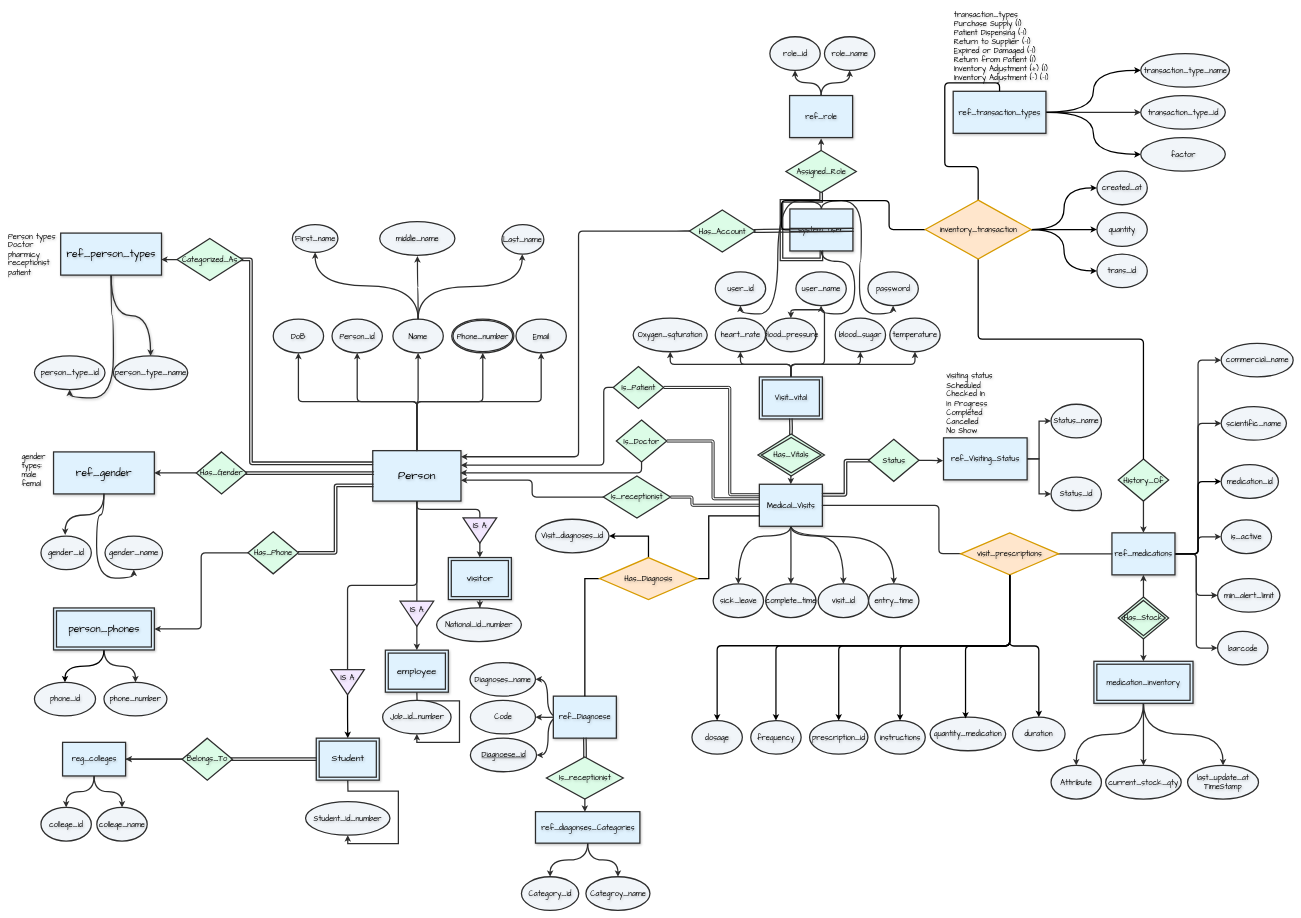
abdulrahmanfarhan/UMCS keeps this draw.io diagram as UMSC.drawio. Above is the earlier version. Source tidied: cells renumbered, new cells numbered last; positions are measured from the earlier drawing's top-left corner, leaving out a move shared by most shapes. Both pictures are drawn from the tidied source at 42%, with x=0, y=0 at pixel (7, 7).
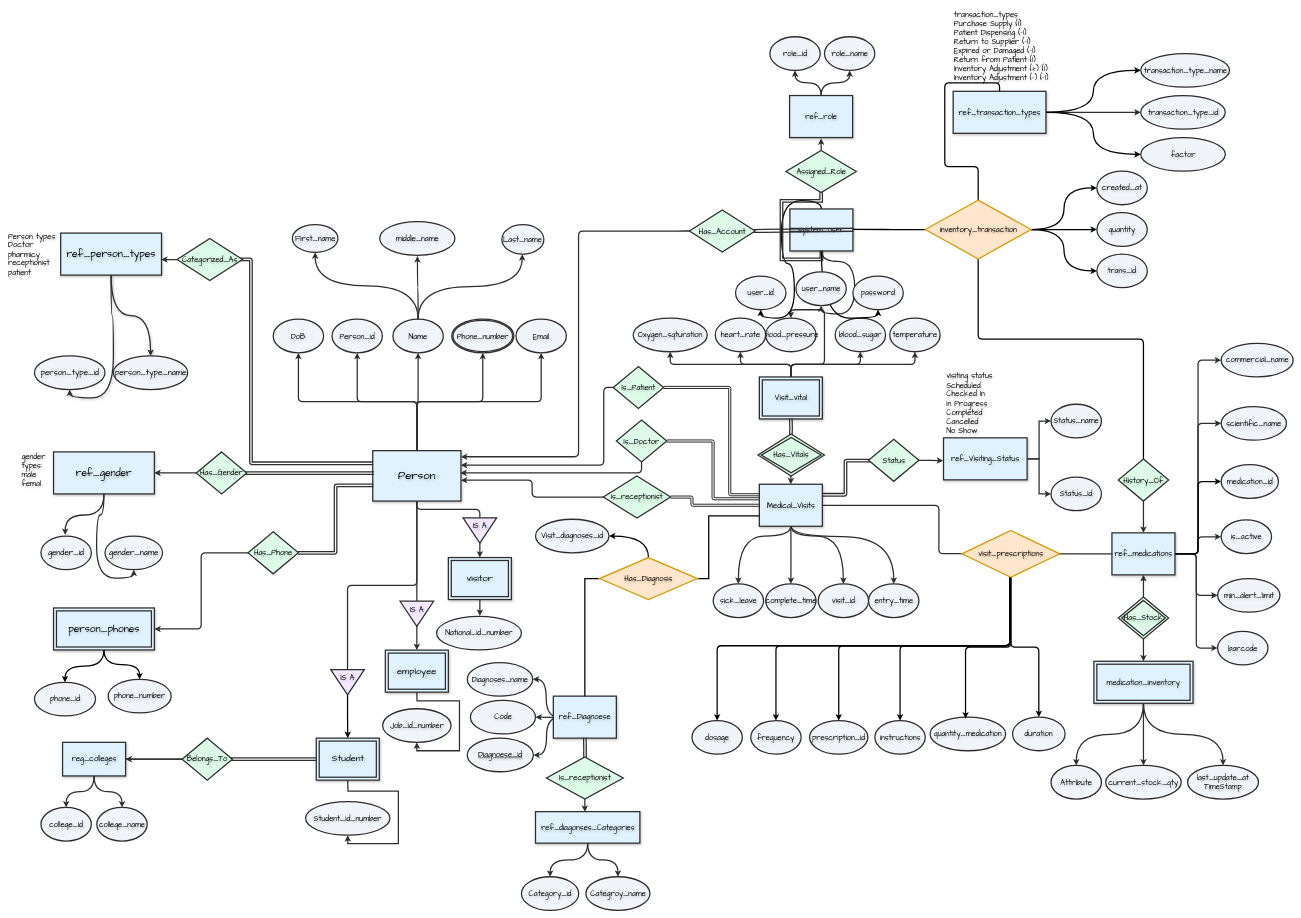
After the change.

Unchanged cells that the change refers to:
```xml
<mxCell id="21" value="Visit_diagnoses_id" style="ellipse;align=center;fontSize=18;fillColor=#F1F5F9;strokeColor=#2E2E2E;strokeWidth=3;fontStyle=0;fontColor=light-dark(#000000,#EDEDED);labelBackgroundColor=none;labelBorderColor=none;textShadow=1;whiteSpace=wrap;spacingTop=0;snapToPoint=0;linecap=round;shadow=0;fontFamily=Comic Sans MS;" parent="1" vertex="1">
  <mxGeometry x="1257.5" y="1218.8" width="175" height="80" as="geometry" />
</mxCell>
<mxCell id="112" value="system_user" style="align=center;strokeWidth=3;perimeterSpacing=0;flipV=1;flipH=1;fillColor=#E0F2FE;strokeColor=#2E2E2E;textShadow=1;spacingTop=0;snapToPoint=0;linecap=round;shadow=1;fillStyle=auto;whiteSpace=wrap;fontSize=18;fontStyle=0;fontColor=#000000;rounded=0;glass=0;fontFamily=Comic Sans MS;" parent="1" vertex="1">
  <mxGeometry x="1863.2" y="480" width="150" height="100" as="geometry" />
</mxCell>
<mxCell id="114" value="user_name" style="ellipse;strokeWidth=3;flipV=1;flipH=1;fontSize=18;fillColor=#F1F5F9;strokeColor=#2E2E2E;fontStyle=0;align=center;fontColor=light-dark(#000000,#EDEDED);labelBackgroundColor=none;labelBorderColor=none;textShadow=1;whiteSpace=wrap;spacingTop=0;snapToPoint=0;linecap=round;shadow=0;fontFamily=Comic Sans MS;" parent="1" vertex="1">
  <mxGeometry x="1877.5" y="630" width="120" height="80" as="geometry" />
</mxCell>
<mxCell id="140" value="person_phones" style="shape=ext;margin=3;double=1;align=center;fontSize=24;fontStyle=0;fillColor=#E0F2FE;strokeColor=#2E2E2E;strokeWidth=3;fontColor=#000000;labelBackgroundColor=none;labelBorderColor=none;textShadow=1;whiteSpace=wrap;spacingTop=0;snapToPoint=0;linecap=round;shadow=1;rounded=0;glass=0;fontFamily=Comic Sans MS;" parent="1" vertex="1">
  <mxGeometry x="110" y="1430" width="240" height="100" as="geometry" />
</mxCell>
<mxCell id="205" value="Has_Diagnosis" style="rhombus;strokeWidth=3;fontSize=18;fontStyle=0;align=center;labelBackgroundColor=none;labelBorderColor=none;textShadow=1;whiteSpace=wrap;spacingTop=0;snapToPoint=0;linecap=round;fillColor=#ffe6cc;strokeColor=#d79b00;shadow=0;fontFamily=Comic Sans MS;" parent="1" vertex="1">
  <mxGeometry x="1410" y="1310" width="233" height="100" as="geometry" />
</mxCell>
<mxCell id="212" value="inventory_transaction" style="rhombus;strokeWidth=3;fontSize=18;fontStyle=0;align=center;labelBackgroundColor=none;labelBorderColor=none;textShadow=1;whiteSpace=wrap;spacingTop=0;snapToPoint=0;linecap=round;fillColor=#ffe6cc;strokeColor=#d79b00;shadow=0;fontFamily=Comic Sans MS;" parent="1" vertex="1">
  <mxGeometry x="2185.5" y="459" width="252" height="140" as="geometry" />
</mxCell>
```

What changed in the source:
```diff
@@
     <mxCell id="11" value="Diagnoese_id" style="ellipse;align=center;fontStyle=4;fontSize=18;fillColor=#F1F5F9;strokeColor=#2E2E2E;strokeWidth=3;fontColor=light-dark(#000000,#EDEDED);labelBackgroundColor=none;labelBorderColor=none;textShadow=1;whiteSpace=wrap;spacingTop=0;snapToPoint=0;linecap=round;shadow=0;fontFamily=Comic Sans MS;" parent="1" vertex="1">
-      <mxGeometry x="1102.5" y="1740" width="157.5" height="80" as="geometry" />
+      <mxGeometry x="1095" y="1740" width="157.5" height="80" as="geometry" />
     </mxCell>
@@
     <mxCell id="13" value="Diagnoses_name" style="ellipse;align=center;fontSize=18;fillColor=#F1F5F9;strokeColor=#2E2E2E;strokeWidth=3;fontStyle=0;fontColor=light-dark(#000000,#EDEDED);labelBackgroundColor=none;labelBorderColor=none;textShadow=1;whiteSpace=wrap;spacingTop=0;snapToPoint=0;linecap=round;shadow=0;fontFamily=Comic Sans MS;" parent="1" vertex="1">
-      <mxGeometry x="1101.5" y="1560" width="156" height="80" as="geometry" />
+      <mxGeometry x="1095" y="1560" width="156" height="80" as="geometry" />
     </mxCell>
@@
     <mxCell id="61" value="Job_id_number" style="ellipse;flipV=1;fontSize=18;fillColor=#F1F5F9;strokeColor=#2E2E2E;strokeWidth=3;fontStyle=0;align=center;fontColor=light-dark(#000000,#EDEDED);labelBackgroundColor=none;labelBorderColor=none;textShadow=1;whiteSpace=wrap;spacingTop=0;snapToPoint=0;linecap=round;shadow=0;fontFamily=Comic Sans MS;" parent="1" vertex="1">
-      <mxGeometry x="893.5" y="1650" width="163" height="80" as="geometry" />
+      <mxGeometry x="893.5" y="1670" width="163" height="80" as="geometry" />
     </mxCell>
@@
     <mxCell id="64" value="National_id_number" style="ellipse;flipV=1;fontSize=18;fillColor=#F1F5F9;strokeColor=#2E2E2E;strokeWidth=3;fontStyle=0;align=center;fontColor=light-dark(#000000,#EDEDED);labelBackgroundColor=none;labelBorderColor=none;textShadow=1;whiteSpace=wrap;spacingTop=0;snapToPoint=0;linecap=round;shadow=0;fontFamily=Comic Sans MS;" parent="1" vertex="1">
-      <mxGeometry x="1022" y="1430" width="202" height="80" as="geometry" />
+      <mxGeometry x="1022" y="1450" width="202" height="80" as="geometry" />
     </mxCell>
@@
+    <mxCell id="110" style="edgeStyle=orthogonalEdgeStyle;rounded=0;jettySize=auto;entryX=0.5;entryY=1;entryDx=0;entryDy=0;fontSize=18;strokeWidth=3;fontStyle=0;align=center;fontColor=default;labelBackgroundColor=none;labelBorderColor=none;textShadow=1;spacingTop=0;snapToPoint=0;linecap=round;strokeColor=#2E2E2E;shadow=0;fontFamily=Comic Sans MS;curved=1;" parent="1" edge="1" source="112" target="114">
+      <mxGeometry relative="1" as="geometry" />
+    </mxCell>
-    <mxCell id="109" style="edgeStyle=orthogonalEdgeStyle;rounded=0;jettySize=auto;entryX=0.5;entryY=1;entryDx=0;entryDy=0;exitX=0.5;exitY=0;exitDx=0;exitDy=0;fontSize=18;strokeWidth=3;fontStyle=0;align=center;fontColor=default;labelBackgroundColor=none;labelBorderColor=none;textShadow=1;spacingTop=0;snapToPoint=0;linecap=round;strokeColor=#2E2E2E;shadow=0;fontFamily=Comic Sans MS;curved=1;" parent="1" edge="1" source="112" target="113">
+    <mxCell id="109" style="edgeStyle=orthogonalEdgeStyle;rounded=0;jettySize=auto;html=1;entryX=0.5;entryY=1;entryDx=0;entryDy=0;exitX=0.5;exitY=0;exitDx=0;exitDy=0;strokeWidth=3;curved=1;" parent="1" edge="1" source="112" target="113">
       <mxGeometry relative="1" as="geometry" />
     </mxCell>
-    <mxCell id="110" style="edgeStyle=orthogonalEdgeStyle;rounded=0;jettySize=auto;entryX=0.5;entryY=1;entryDx=0;entryDy=0;fontSize=18;strokeWidth=3;fontStyle=0;align=center;fontColor=default;labelBackgroundColor=none;labelBorderColor=none;textShadow=1;spacingTop=0;snapToPoint=0;linecap=round;strokeColor=#2E2E2E;shadow=0;fontFamily=Comic Sans MS;curved=1;" parent="1" edge="1" source="112" target="114">
-      <mxGeometry relative="1" as="geometry" />
-    </mxCell>
-    <mxCell id="111" style="edgeStyle=orthogonalEdgeStyle;rounded=0;jettySize=auto;entryX=0.5;entryY=1;entryDx=0;entryDy=0;exitX=0.5;exitY=0;exitDx=0;exitDy=0;fontSize=18;strokeWidth=3;fontStyle=0;align=center;fontColor=default;labelBackgroundColor=none;labelBorderColor=none;textShadow=1;spacingTop=0;snapToPoint=0;linecap=round;strokeColor=#2E2E2E;shadow=0;fontFamily=Comic Sans MS;curved=1;" parent="1" edge="1" source="112" target="115">
+    <mxCell id="111" style="edgeStyle=orthogonalEdgeStyle;rounded=0;jettySize=auto;html=1;entryX=0.5;entryY=1;entryDx=0;entryDy=0;strokeWidth=3;curved=1;" parent="1" edge="1" source="112" target="115">
       <mxGeometry relative="1" as="geometry" />
     </mxCell>
@@
     <mxCell id="113" value="user_id" style="ellipse;strokeWidth=3;flipV=1;flipH=1;fontSize=18;fillColor=#F1F5F9;strokeColor=#2E2E2E;fontStyle=0;align=center;fontColor=light-dark(#000000,#EDEDED);labelBackgroundColor=none;labelBorderColor=none;textShadow=1;whiteSpace=wrap;spacingTop=0;snapToPoint=0;linecap=round;shadow=0;fontFamily=Comic Sans MS;" parent="1" vertex="1">
-      <mxGeometry x="1685.5" y="630" width="120" height="80" as="geometry" />
+      <mxGeometry x="1733.8" y="640" width="120" height="80" as="geometry" />
     </mxCell>
@@
     <mxCell id="115" value="password" style="ellipse;strokeWidth=3;flipV=1;flipH=1;fontSize=18;fillColor=#F1F5F9;strokeColor=#2E2E2E;fontStyle=0;align=center;fontColor=light-dark(#000000,#EDEDED);labelBackgroundColor=none;labelBorderColor=none;textShadow=1;whiteSpace=wrap;spacingTop=0;snapToPoint=0;linecap=round;shadow=0;fontFamily=Comic Sans MS;" parent="1" vertex="1">
-      <mxGeometry x="2049" y="630" width="120" height="80" as="geometry" />
+      <mxGeometry x="2013.2" y="640" width="120" height="80" as="geometry" />
     </mxCell>
@@
-    <mxCell id="130" style="edgeStyle=orthogonalEdgeStyle;rounded=0;jettySize=auto;entryX=0.5;entryY=0;entryDx=0;entryDy=0;fontSize=18;strokeWidth=3;fontStyle=0;align=center;fontColor=default;labelBackgroundColor=none;labelBorderColor=none;textShadow=1;spacingTop=0;snapToPoint=0;linecap=round;curved=1;strokeColor=#2E2E2E;shadow=0;fontFamily=Comic Sans MS;" parent="1" edge="1" target="132">
-      <mxGeometry relative="1" as="geometry">
-        <mxPoint x="230" y="1528.5" as="sourcePoint" />
-      </mxGeometry>
-    </mxCell>
@@
     <mxCell id="132" value="phone_number" style="ellipse;strokeWidth=3;fontSize=18;fillColor=#F1F5F9;strokeColor=#2E2E2E;fontStyle=0;align=center;fontColor=light-dark(#000000,#EDEDED);labelBackgroundColor=none;labelBorderColor=none;textShadow=1;whiteSpace=wrap;spacingTop=0;snapToPoint=0;linecap=round;shadow=0;fontFamily=Comic Sans MS;" parent="1" vertex="1">
-      <mxGeometry x="230" y="1607" width="150" height="80" as="geometry" />
+      <mxGeometry x="240" y="1600" width="150" height="80" as="geometry" />
     </mxCell>
@@
+    <mxCell id="213" style="edgeStyle=orthogonalEdgeStyle;rounded=0;jettySize=auto;html=1;entryX=0.5;entryY=0;entryDx=0;entryDy=0;curved=1;strokeWidth=3;" parent="1" edge="1" source="140" target="132">
+      <mxGeometry relative="1" as="geometry" />
+    </mxCell>
@@
     <mxCell id="191" value="visit_prescriptions" style="rhombus;strokeWidth=3;fontSize=18;fontStyle=0;align=center;labelBackgroundColor=none;labelBorderColor=none;textShadow=1;whiteSpace=wrap;spacingTop=0;snapToPoint=0;linecap=round;fillColor=#ffe6cc;strokeColor=#d79b00;shadow=0;fontFamily=Comic Sans MS;" parent="1" vertex="1">
-      <mxGeometry x="2270" y="1251.2" width="233" height="100" as="geometry" />
+      <mxGeometry x="2272.8" y="1245.6" width="233" height="111.2" as="geometry" />
     </mxCell>
@@
-    <mxCell id="204" style="edgeStyle=orthogonalEdgeStyle;rounded=0;jettySize=auto;html=1;entryX=1;entryY=0.5;entryDx=0;entryDy=0;strokeWidth=3;exitX=0.5;exitY=0;exitDx=0;exitDy=0;" parent="1" edge="1" source="205" target="21">
+    <mxCell id="204" style="edgeStyle=orthogonalEdgeStyle;rounded=0;jettySize=auto;html=1;entryX=1;entryY=0.5;entryDx=0;entryDy=0;strokeWidth=3;exitX=0.5;exitY=0;exitDx=0;exitDy=0;curved=1;" parent="1" edge="1" source="205" target="21">
       <mxGeometry relative="1" as="geometry" />
     </mxCell>
@@
-    <mxCell id="208" style="edgeStyle=orthogonalEdgeStyle;rounded=1;jettySize=auto;html=1;entryX=0;entryY=0.5;entryDx=0;entryDy=0;strokeWidth=3;curved=0;endArrow=none;endFill=0;" parent="1" edge="1" source="212" target="112">
+    <mxCell id="208" style="edgeStyle=orthogonalEdgeStyle;rounded=1;jettySize=auto;html=1;entryX=0.003;entryY=0.515;entryDx=0;entryDy=0;strokeWidth=3;curved=0;endArrow=none;endFill=0;entryPerimeter=0;" parent="1" edge="1" source="212" target="112">
       <mxGeometry relative="1" as="geometry" />
     </mxCell>
```
